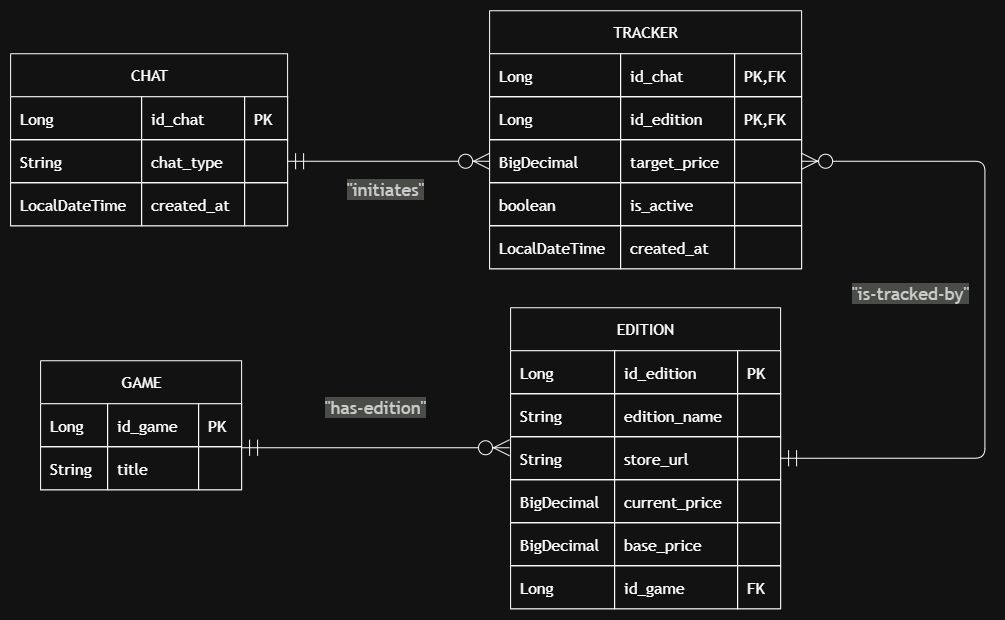
Earlier version of the draw.io export docs/images/schema.png (franciscoboavida9/playstation-tracker). Source tidied: cells renumbered, new cells last; positions are measured from the earlier drawing's top-left corner, leaving out a move shared by most shapes.
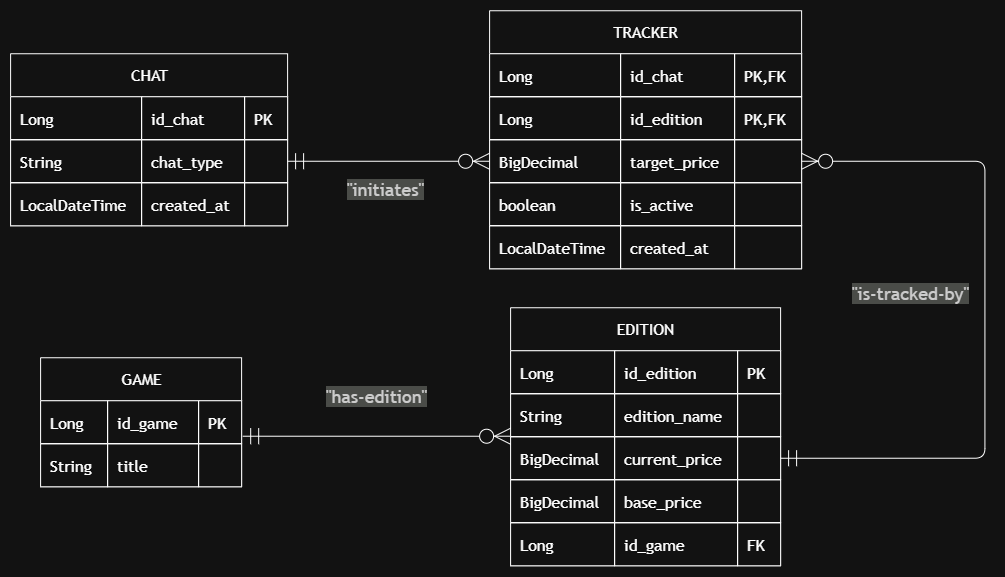
The same diagram one commit later.

Commit message:
updated Edition and built Game DTO record

Change to the diagram source:
```diff
@@ -108,7 +108,7 @@
       <mxGeometry x="245" width="67" height="43" as="geometry" />
     </mxCell>
     <mxCell id="37" value="EDITION" style="shape=table;startSize=43;rowLines=1;fontSize=16;fontFamily=Trebuchet MS,Verdana,Arial,sans-serif;strokeWidth=1;align=center;html=1;" parent="2" vertex="1">
-      <mxGeometry x="530" y="360" width="270" height="301" as="geometry" />
+      <mxGeometry x="530" y="360" width="270" height="258" as="geometry" />
     </mxCell>
     <mxCell id="38" style="shape=tableRow;horizontal=0;startSize=0;swimlaneHead=0;swimlaneBody=1;strokeWidth=1;top=0;left=0;right=0;bottom=0;" parent="37" vertex="1">
       <mxGeometry y="43" width="270" height="43" as="geometry" />
@@ -134,20 +134,8 @@
     <mxCell id="45" style="shape=partialRectangle;strokeWidth=1;fontFamily=Trebuchet MS,Verdana,Arial,sans-serif;top=1;left=1;bottom=1;right=1;align=left;spacingLeft=8;overflow=hidden;fontSize=16;" parent="42" vertex="1">
       <mxGeometry x="227" width="43" height="43" as="geometry" />
     </mxCell>
-    <mxCell id="46" style="shape=tableRow;horizontal=0;startSize=0;swimlaneHead=0;swimlaneBody=1;strokeWidth=1;points=[[0,0.5],[1,0.5]];portConstraint=eastwest;top=0;left=0;right=0;bottom=0;" parent="37" vertex="1">
-      <mxGeometry y="129" width="270" height="43" as="geometry" />
-    </mxCell>
-    <mxCell id="47" value="String" style="shape=partialRectangle;strokeWidth=1;fontFamily=Trebuchet MS,Verdana,Arial,sans-serif;top=1;left=1;bottom=1;right=1;align=left;spacingLeft=8;overflow=hidden;fontSize=16;" parent="46" vertex="1">
-      <mxGeometry width="104" height="43" as="geometry" />
-    </mxCell>
-    <mxCell id="48" value="store_url" style="shape=partialRectangle;strokeWidth=1;fontFamily=Trebuchet MS,Verdana,Arial,sans-serif;top=1;left=1;bottom=1;right=1;align=left;spacingLeft=8;overflow=hidden;fontSize=16;" parent="46" vertex="1">
-      <mxGeometry x="104" width="123" height="43" as="geometry" />
-    </mxCell>
-    <mxCell id="49" style="shape=partialRectangle;strokeWidth=1;fontFamily=Trebuchet MS,Verdana,Arial,sans-serif;top=1;left=1;bottom=1;right=1;align=left;spacingLeft=8;overflow=hidden;fontSize=16;" parent="46" vertex="1">
-      <mxGeometry x="227" width="43" height="43" as="geometry" />
-    </mxCell>
     <mxCell id="50" style="shape=tableRow;horizontal=0;startSize=0;swimlaneHead=0;swimlaneBody=1;strokeWidth=1;points=[[0,0.5],[1,0.5]];portConstraint=eastwest;top=0;left=0;right=0;bottom=0;" parent="37" vertex="1">
-      <mxGeometry y="172" width="270" height="43" as="geometry" />
+      <mxGeometry y="129" width="270" height="43" as="geometry" />
     </mxCell>
     <mxCell id="51" value="BigDecimal" style="shape=partialRectangle;strokeWidth=1;fontFamily=Trebuchet MS,Verdana,Arial,sans-serif;top=1;left=1;bottom=1;right=1;align=left;spacingLeft=8;overflow=hidden;fontSize=16;" parent="50" vertex="1">
       <mxGeometry width="104" height="43" as="geometry" />
@@ -159,7 +147,7 @@
       <mxGeometry x="227" width="43" height="43" as="geometry" />
     </mxCell>
     <mxCell id="54" style="shape=tableRow;horizontal=0;startSize=0;swimlaneHead=0;swimlaneBody=1;strokeWidth=1;top=0;left=0;right=0;bottom=0;" parent="37" vertex="1">
-      <mxGeometry y="215" width="270" height="43" as="geometry" />
+      <mxGeometry y="172" width="270" height="43" as="geometry" />
     </mxCell>
     <mxCell id="55" value="BigDecimal" style="shape=partialRectangle;strokeWidth=1;fontFamily=Trebuchet MS,Verdana,Arial,sans-serif;top=1;left=1;bottom=1;right=1;align=left;spacingLeft=8;overflow=hidden;fontSize=16;" parent="54" vertex="1">
       <mxGeometry width="104" height="43" as="geometry" />
@@ -171,7 +159,7 @@
       <mxGeometry x="227" width="43" height="43" as="geometry" />
     </mxCell>
     <mxCell id="58" style="shape=tableRow;horizontal=0;startSize=0;swimlaneHead=0;swimlaneBody=1;strokeWidth=1;top=0;left=0;right=0;bottom=0;" parent="37" vertex="1">
-      <mxGeometry y="258" width="270" height="43" as="geometry" />
+      <mxGeometry y="215" width="270" height="43" as="geometry" />
     </mxCell>
     <mxCell id="59" value="Long" style="shape=partialRectangle;strokeWidth=1;fontFamily=Trebuchet MS,Verdana,Arial,sans-serif;top=1;left=1;bottom=1;right=1;align=left;spacingLeft=8;overflow=hidden;fontSize=16;" parent="58" vertex="1">
       <mxGeometry width="104" height="43" as="geometry" />
@@ -183,7 +171,7 @@
       <mxGeometry x="227" width="43" height="43" as="geometry" />
     </mxCell>
     <mxCell id="62" value="GAME" style="shape=table;startSize=43;rowLines=1;fontSize=16;fontFamily=Trebuchet MS,Verdana,Arial,sans-serif;strokeWidth=1;align=center;html=1;" parent="2" vertex="1">
-      <mxGeometry x="60" y="413" width="201" height="129" as="geometry" />
+      <mxGeometry x="60" y="410" width="201" height="129" as="geometry" />
     </mxCell>
     <mxCell id="63" style="shape=tableRow;horizontal=0;startSize=0;swimlaneHead=0;swimlaneBody=1;strokeWidth=1;top=0;left=0;right=0;bottom=0;" parent="62" vertex="1">
       <mxGeometry y="43" width="201" height="43" as="geometry" />
@@ -212,7 +200,7 @@
     <mxCell id="71" value="&quot;initiates&quot;" style="curved=0;startArrow=ERmandOne;startSize=14;endArrow=ERzeroToMany;endSize=14;strokeWidth=1;html=1;fontSize=18;labelBackgroundColor=light-dark(#F8FFEC4D,#2a2a2a4D);fontFamily=Trebuchet MS,Verdana,Arial,sans-serif;fontColor=light-dark(#333333,#cccccc);rounded=1;edgeStyle=orthogonalEdgeStyle;" parent="2" edge="1" source="8" target="25">
       <mxGeometry x="-0.03" y="-28" relative="1" as="geometry" />
     </mxCell>
-    <mxCell id="72" value="&quot;is-tracked-by&quot;" style="curved=0;startArrow=ERmandOne;startSize=14;endArrow=ERzeroToMany;endSize=14;strokeWidth=1;html=1;fontSize=18;labelBackgroundColor=light-dark(#F8FFEC4D,#2a2a2a4D);fontFamily=Trebuchet MS,Verdana,Arial,sans-serif;fontColor=light-dark(#333333,#cccccc);rounded=1;edgeStyle=orthogonalEdgeStyle;exitX=1;exitY=0.5;entryX=1;entryY=0.5;exitDx=0;exitDy=0;entryDx=0;entryDy=0;" parent="2" edge="1" source="46" target="25">
+    <mxCell id="72" value="&quot;is-tracked-by&quot;" style="curved=0;startArrow=ERmandOne;startSize=14;endArrow=ERzeroToMany;endSize=14;strokeWidth=1;html=1;fontSize=18;labelBackgroundColor=light-dark(#F8FFEC4D,#2a2a2a4D);fontFamily=Trebuchet MS,Verdana,Arial,sans-serif;fontColor=light-dark(#333333,#cccccc);rounded=1;edgeStyle=orthogonalEdgeStyle;exitX=1;exitY=0.5;entryX=1;entryY=0.5;exitDx=0;exitDy=0;entryDx=0;entryDy=0;" parent="2" edge="1" source="50" target="25">
       <mxGeometry x="0.08" y="74" relative="1" as="geometry">
         <Array as="points">
           <mxPoint x="1004.3" y="510.5" />
@@ -220,9 +208,10 @@
         </Array>
       </mxGeometry>
     </mxCell>
-    <mxCell id="73" value="&quot;has-edition&quot;" style="curved=0;startArrow=ERmandOne;startSize=14;endArrow=ERzeroToMany;endSize=14;strokeWidth=1;html=1;fontSize=18;labelBackgroundColor=light-dark(#F8FFEC4D,#2a2a2a4D);fontFamily=Trebuchet MS,Verdana,Arial,sans-serif;fontColor=light-dark(#333333,#cccccc);rounded=1;edgeStyle=orthogonalEdgeStyle;exitX=1;exitY=0.5;entryX=-0.004;entryY=0.256;entryDx=0;entryDy=0;entryPerimeter=0;" parent="2" edge="1" target="46">
+    <mxCell id="73" value="&quot;has-edition&quot;" style="curved=0;startArrow=ERmandOne;startSize=14;endArrow=ERzeroToMany;endSize=14;strokeWidth=1;html=1;fontSize=18;labelBackgroundColor=light-dark(#F8FFEC4D,#2a2a2a4D);fontFamily=Trebuchet MS,Verdana,Arial,sans-serif;fontColor=light-dark(#333333,#cccccc);rounded=1;edgeStyle=orthogonalEdgeStyle;exitX=1;exitY=0.5;entryX=-0.004;entryY=0.256;entryDx=0;entryDy=0;entryPerimeter=0;" parent="2" edge="1">
       <mxGeometry y="40" relative="1" as="geometry">
-        <mxPoint x="261" y="500" as="sourcePoint" />
+        <mxPoint x="262.1" y="488.5" as="sourcePoint" />
+        <mxPoint x="530" y="488.5" as="targetPoint" />
       </mxGeometry>
     </mxCell>
   </root>
```
